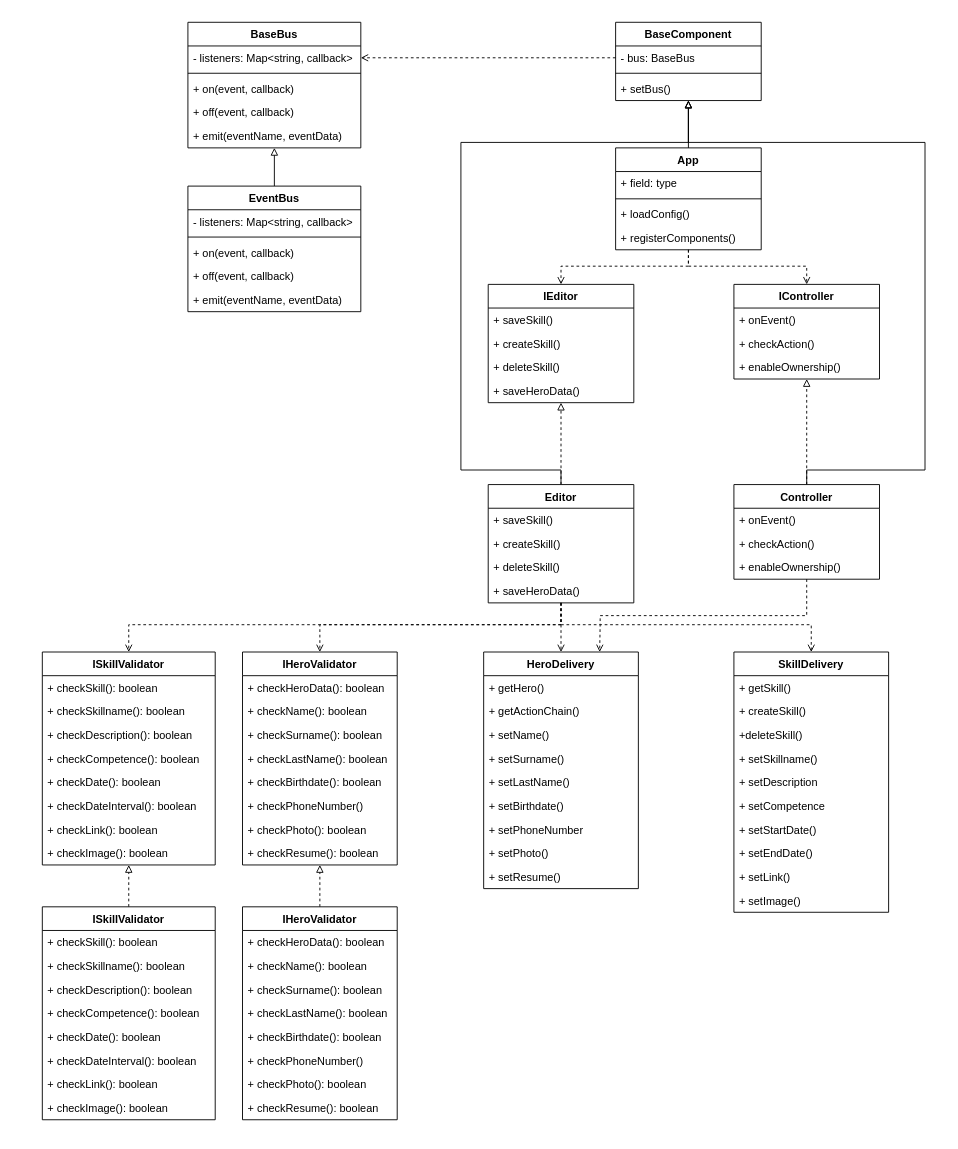
This is lab02/diagrams/business-logic.drawio from kalashkovpaul/bmstu-sd, a draw.io file, before an edit. Source tidied: cells renumbered, new cells numbered last; positions are measured from the earlier drawing's top-left corner, leaving out a move shared by most shapes. Both pictures are drawn from the tidied source at 91%, with x=0, y=0 at pixel (15, 15).
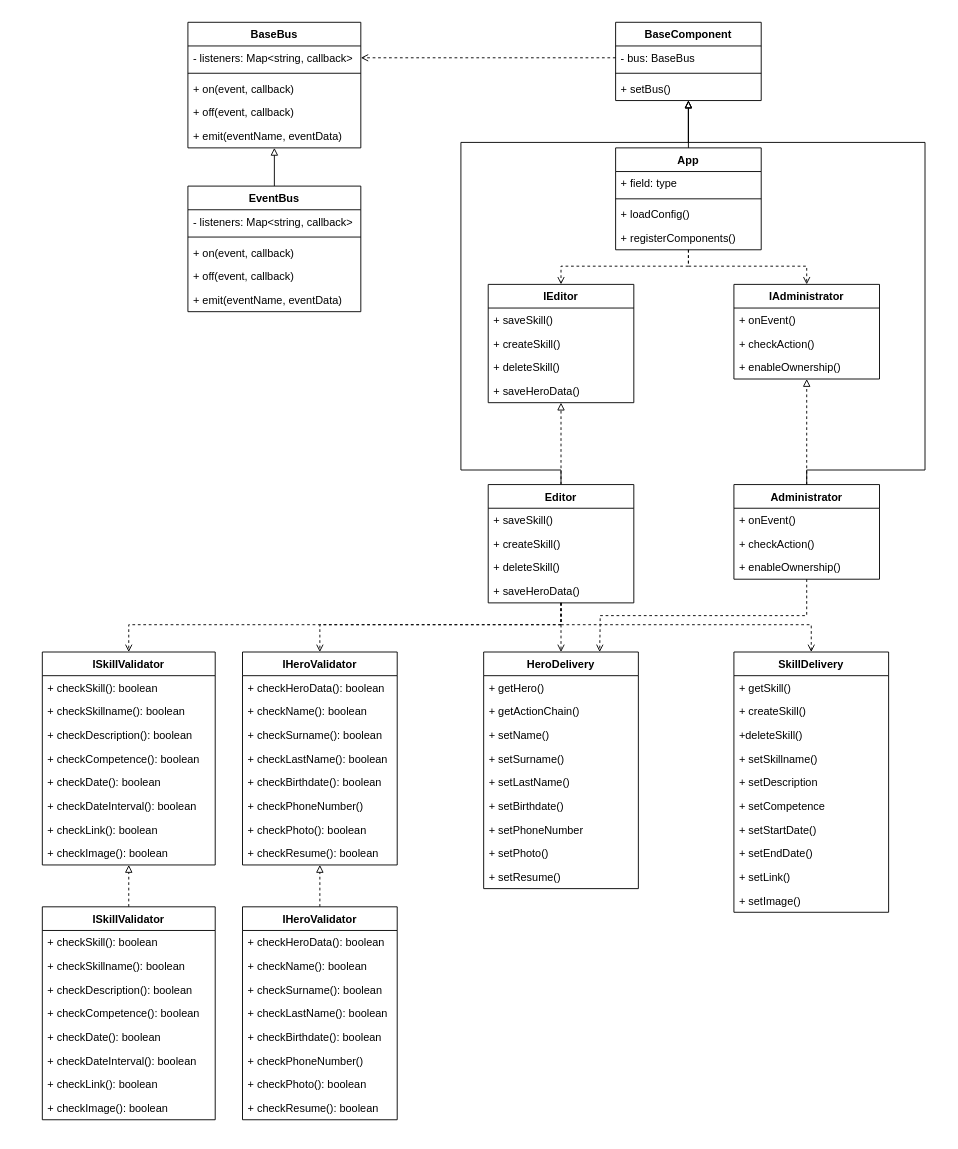
After the change.

Diff of the diagram source:
```diff
@@
-    <mxCell id="73" value="IController" style="swimlane;fontStyle=1;align=center;verticalAlign=top;horizontal=1;startSize=26;" parent="1" vertex="1">
+    <mxCell id="73" value="IAdministrator" style="swimlane;fontStyle=1;align=center;verticalAlign=top;horizontal=1;startSize=26;" parent="1" vertex="1">
       <mxGeometry x="790" y="296" width="160" height="104" as="geometry" />
     </mxCell>
@@
-    <mxCell id="80" value="Controller" style="swimlane;fontStyle=1;align=center;verticalAlign=top;horizontal=1;startSize=26;" parent="1" vertex="1">
+    <mxCell id="80" value="Administrator" style="swimlane;fontStyle=1;align=center;verticalAlign=top;horizontal=1;startSize=26;" parent="1" vertex="1">
       <mxGeometry x="790" y="516" width="160" height="104" as="geometry" />
     </mxCell>
```
